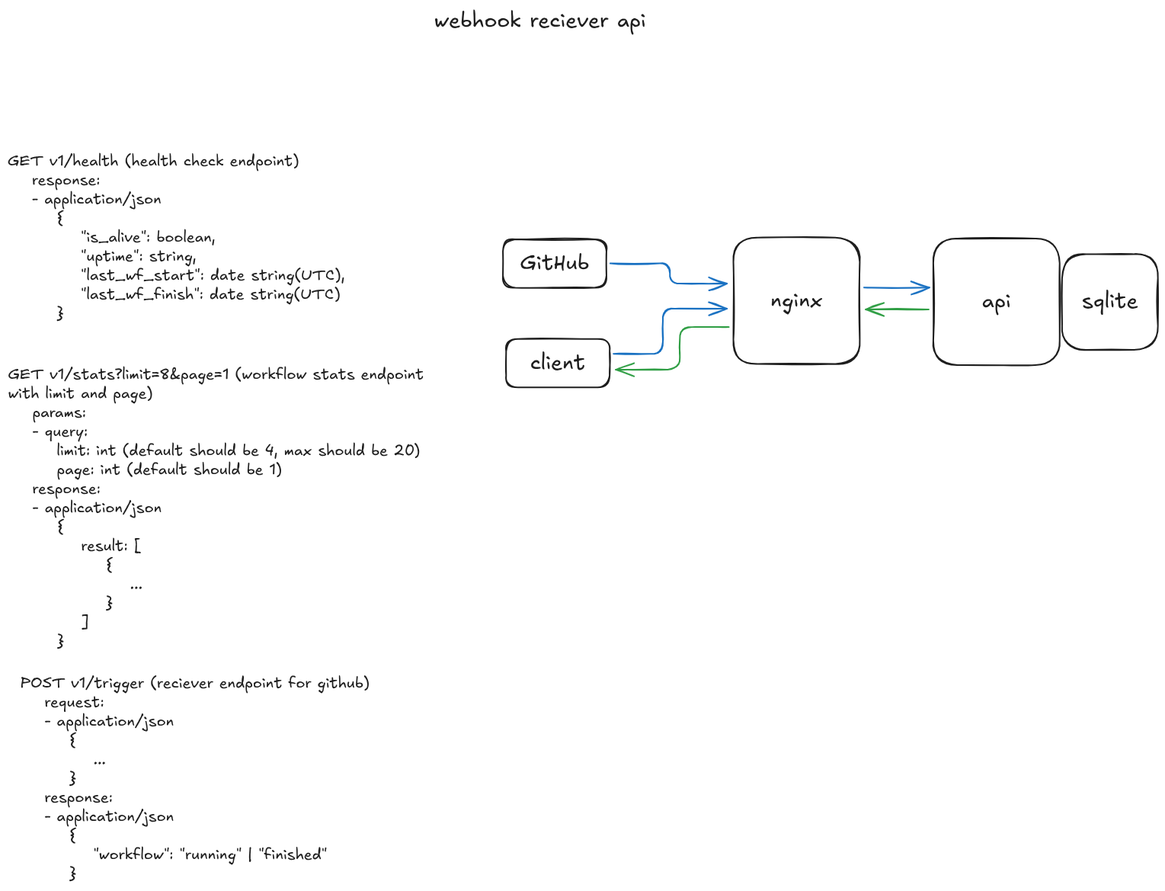
Earlier version of the Excalidraw export docs/api.excalidraw.png (mrtnstl/bash-ci-cd). Source tidied: one line per element, renumbered; positions are measured from the earlier drawing's top-left corner, leaving out a move shared by most shapes. The source it was exported from:
```json
{"id": 0, "type": "text", "text": "GET v1/health (health check endpoint)\n    response:\n    - application/json\n        {\n            \"is_alive\": boolean,\n            \"uptime\": string,\n            \"last_wf_start\": date string(UTC),\n            \"last_wf_finish\": date string(UTC)\n        }\n", "strokeColor": "#1e1e1e", "strokeWidth": 2, "roughness": 1, "fontSize": 20, "fontFamily": 5, "x": 0, "y": 190, "width": 503, "height": 250}
{"id": 1, "type": "text", "text": "POST v1/trigger (reciever endpoint for github)\n    request:\n    - application/json\n        {\n            ...\n        }\n    response:\n    - application/json\n        {\n            \"workflow\": \"running\" | \"finished\"\n        }", "strokeColor": "#1e1e1e", "strokeWidth": 2, "roughness": 1, "fontSize": 20, "fontFamily": 5, "x": 16, "y": 874, "width": 459, "height": 275}
{"id": 2, "type": "text", "text": "GET v1/stats?limit=8&page=1 (workflow stats endpoint\nwith limit and page)\n    params:\n    - query:\n        limit: int (default should be 4, max should be 20)\n        page: int (default should be 1)\n    response:\n    - application/json\n        {\n            result: [\n                {\n                    ...\n                }\n            ]\n        }", "strokeColor": "#1e1e1e", "strokeWidth": 2, "roughness": 1, "fontSize": 20, "fontFamily": 5, "x": 0, "y": 469, "width": 570, "height": 375}
{"id": 3, "type": "text", "text": "webhook reciever api", "strokeColor": "#1e1e1e", "strokeWidth": 2, "roughness": 1, "fontSize": 28, "fontFamily": 5, "x": 560, "y": 0, "width": 278, "height": 35}
{"id": 4, "type": "rectangle", "strokeColor": "#1e1e1e", "strokeWidth": 2, "roughness": 1, "round": true, "x": 1215, "y": 303, "width": 166, "height": 166}
{"id": 5, "type": "text", "text": "api", "strokeColor": "#1e1e1e", "strokeWidth": 2, "roughness": 1, "fontSize": 28, "fontFamily": 5, "textAlign": "center", "verticalAlign": "middle", "inside": 4, "x": 1279, "y": 369, "width": 38, "height": 35}
{"id": 6, "type": "rectangle", "strokeColor": "#1e1e1e", "strokeWidth": 2, "roughness": 1, "round": true, "x": 953, "y": 302, "width": 166, "height": 166}
{"id": 7, "type": "text", "text": "nginx", "strokeColor": "#1e1e1e", "strokeWidth": 2, "roughness": 1, "fontSize": 28, "fontFamily": 5, "textAlign": "center", "verticalAlign": "middle", "inside": 6, "x": 1001, "y": 367, "width": 68, "height": 35}
{"id": 8, "type": "rectangle", "strokeColor": "#1e1e1e", "strokeWidth": 2, "roughness": 1, "round": true, "x": 654, "y": 435, "width": 136, "height": 63}
{"id": 9, "type": "text", "text": "client", "strokeColor": "#1e1e1e", "strokeWidth": 2, "roughness": 1, "fontSize": 28, "fontFamily": 5, "textAlign": "center", "verticalAlign": "middle", "inside": 8, "x": 686, "y": 449, "width": 72, "height": 35}
{"id": 10, "type": "rectangle", "strokeColor": "#1e1e1e", "strokeWidth": 2, "roughness": 1, "round": true, "x": 650, "y": 304, "width": 136, "height": 63}
{"id": 11, "type": "text", "text": "GitHub", "strokeColor": "#1e1e1e", "strokeWidth": 2, "roughness": 1, "fontSize": 28, "fontFamily": 5, "textAlign": "center", "verticalAlign": "middle", "inside": 10, "x": 672, "y": 318, "width": 91, "height": 35}
{"id": 12, "type": "rectangle", "strokeColor": "#1e1e1e", "strokeWidth": 2, "roughness": 1, "round": true, "x": 1384, "y": 323, "width": 126, "height": 126}
{"id": 13, "type": "text", "text": "sqlite", "strokeColor": "#1e1e1e", "strokeWidth": 2, "roughness": 1, "fontSize": 28, "fontFamily": 5, "textAlign": "center", "verticalAlign": "middle", "inside": 12, "x": 1410, "y": 369, "width": 74, "height": 35}
{"id": 14, "type": "arrow", "strokeColor": "#1971c2", "strokeWidth": 2, "roughness": 1, "endArrowhead": "arrow", "from": 10, "to": 6, "x": 791, "y": 336, "width": 153, "height": 26, "points": [[0, 0], [78, 0], [78, 26], [153, 26]]}
{"id": 15, "type": "arrow", "strokeColor": "#1971c2", "strokeWidth": 2, "roughness": 1, "endArrowhead": "arrow", "from": 8, "to": 6, "x": 795, "y": 454, "width": 149, "height": 59, "points": [[0, 0], [65, 0], [65, -59], [149, -59]]}
{"id": 16, "type": "arrow", "strokeColor": "#1971c2", "strokeWidth": 2, "roughness": 1, "endArrowhead": "arrow", "from": 6, "to": 4, "x": 1124, "y": 367, "width": 85, "height": 0, "points": [[0, 0], [85, 0]]}
{"id": 17, "type": "arrow", "strokeColor": "#2f9e44", "strokeWidth": 2, "roughness": 1, "endArrowhead": "arrow", "from": 4, "to": 6, "x": 1209, "y": 396, "width": 82, "height": 0, "points": [[0, 0], [-82, 0]]}
{"id": 18, "type": "arrow", "strokeColor": "#2f9e44", "strokeWidth": 2, "roughness": 1, "endArrowhead": "arrow", "from": 6, "to": 8, "x": 946, "y": 419, "width": 148, "height": 56, "points": [[0, 0], [-64, 0], [-64, 56], [-148, 56]]}
```
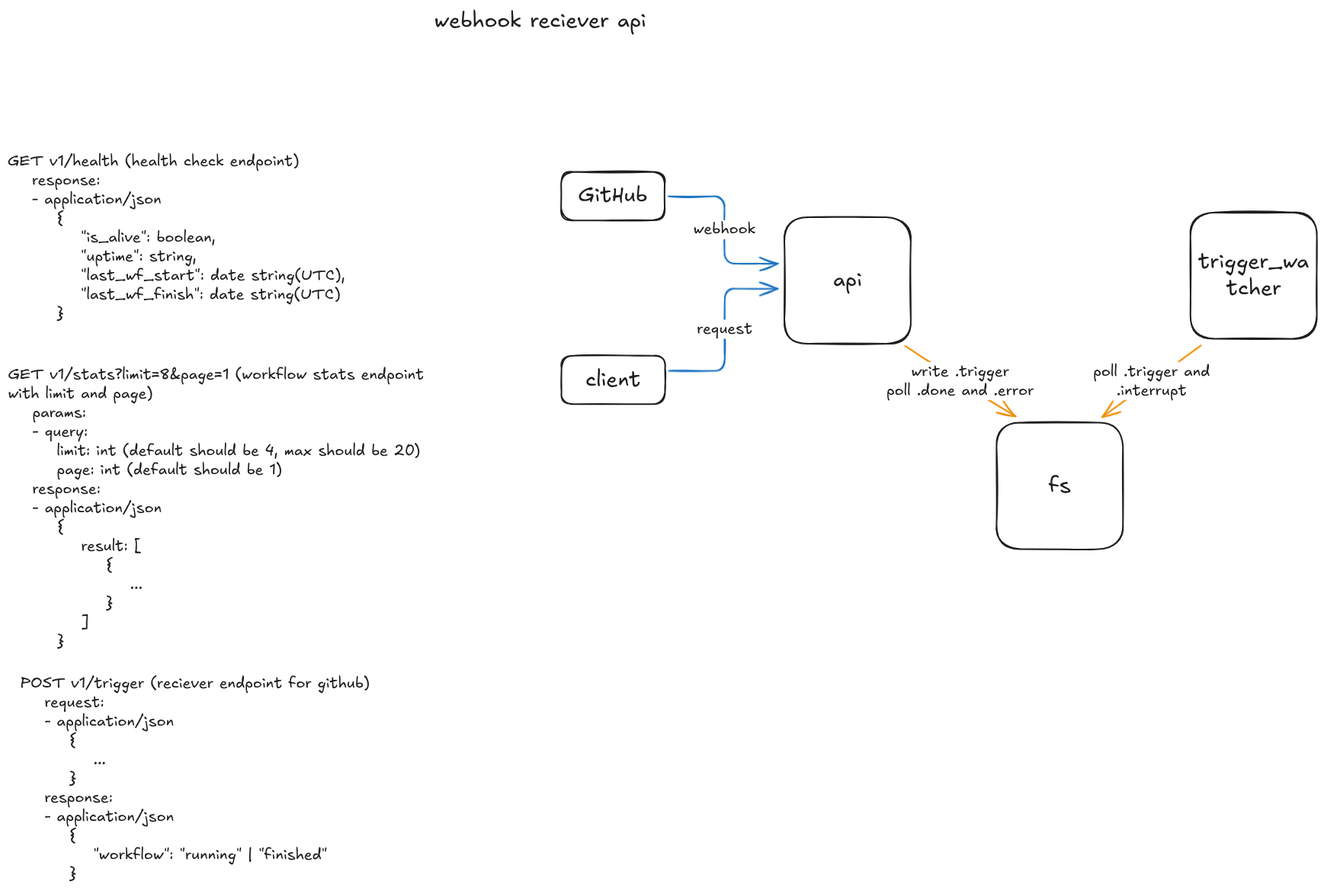
After the commit.

Change to the diagram source:
```diff
@@ -2,18 +2,21 @@
 {"id": 1, "type": "text", "text": "POST v1/trigger (reciever endpoint for github)\n    request:\n    - application/json\n        {\n            ...\n        }\n    response:\n    - application/json\n        {\n            \"workflow\": \"running\" | \"finished\"\n        }", "strokeColor": "#1e1e1e", "strokeWidth": 2, "roughness": 1, "fontSize": 20, "fontFamily": 5, "x": 16, "y": 874, "width": 459, "height": 275}
 {"id": 2, "type": "text", "text": "GET v1/stats?limit=8&page=1 (workflow stats endpoint\nwith limit and page)\n    params:\n    - query:\n        limit: int (default should be 4, max should be 20)\n        page: int (default should be 1)\n    response:\n    - application/json\n        {\n            result: [\n                {\n                    ...\n                }\n            ]\n        }", "strokeColor": "#1e1e1e", "strokeWidth": 2, "roughness": 1, "fontSize": 20, "fontFamily": 5, "x": 0, "y": 469, "width": 570, "height": 375}
 {"id": 3, "type": "text", "text": "webhook reciever api", "strokeColor": "#1e1e1e", "strokeWidth": 2, "roughness": 1, "fontSize": 28, "fontFamily": 5, "x": 560, "y": 0, "width": 278, "height": 35}
-{"id": 4, "type": "rectangle", "strokeColor": "#1e1e1e", "strokeWidth": 2, "roughness": 1, "round": true, "x": 1215, "y": 303, "width": 166, "height": 166}
+{"id": 4, "type": "rectangle", "strokeColor": "#1e1e1e", "strokeWidth": 2, "roughness": 1, "round": true, "x": 1297, "y": 545, "width": 166, "height": 166}
-{"id": 5, "type": "text", "text": "api", "strokeColor": "#1e1e1e", "strokeWidth": 2, "roughness": 1, "fontSize": 28, "fontFamily": 5, "textAlign": "center", "verticalAlign": "middle", "inside": 4, "x": 1279, "y": 369, "width": 38, "height": 35}
+{"id": 5, "type": "text", "text": "fs", "strokeColor": "#1e1e1e", "strokeWidth": 2, "roughness": 1, "fontSize": 28, "fontFamily": 5, "textAlign": "center", "verticalAlign": "middle", "inside": 4, "x": 1366, "y": 610, "width": 29, "height": 35}
-{"id": 6, "type": "rectangle", "strokeColor": "#1e1e1e", "strokeWidth": 2, "roughness": 1, "round": true, "x": 953, "y": 302, "width": 166, "height": 166}
+{"id": 6, "type": "rectangle", "strokeColor": "#1e1e1e", "strokeWidth": 2, "roughness": 1, "round": true, "x": 1019, "y": 275, "width": 166, "height": 166}
-{"id": 7, "type": "text", "text": "nginx", "strokeColor": "#1e1e1e", "strokeWidth": 2, "roughness": 1, "fontSize": 28, "fontFamily": 5, "textAlign": "center", "verticalAlign": "middle", "inside": 6, "x": 1001, "y": 367, "width": 68, "height": 35}
+{"id": 7, "type": "text", "text": "api", "strokeColor": "#1e1e1e", "strokeWidth": 2, "roughness": 1, "fontSize": 28, "fontFamily": 5, "textAlign": "center", "verticalAlign": "middle", "inside": 6, "x": 1083, "y": 341, "width": 38, "height": 35}
-{"id": 8, "type": "rectangle", "strokeColor": "#1e1e1e", "strokeWidth": 2, "roughness": 1, "round": true, "x": 654, "y": 435, "width": 136, "height": 63}
+{"id": 8, "type": "rectangle", "strokeColor": "#1e1e1e", "strokeWidth": 2, "roughness": 1, "round": true, "x": 727, "y": 457, "width": 136, "height": 63}
-{"id": 9, "type": "text", "text": "client", "strokeColor": "#1e1e1e", "strokeWidth": 2, "roughness": 1, "fontSize": 28, "fontFamily": 5, "textAlign": "center", "verticalAlign": "middle", "inside": 8, "x": 686, "y": 449, "width": 72, "height": 35}
+{"id": 9, "type": "text", "text": "client", "strokeColor": "#1e1e1e", "strokeWidth": 2, "roughness": 1, "fontSize": 28, "fontFamily": 5, "textAlign": "center", "verticalAlign": "middle", "inside": 8, "x": 758, "y": 471, "width": 72, "height": 35}
-{"id": 10, "type": "rectangle", "strokeColor": "#1e1e1e", "strokeWidth": 2, "roughness": 1, "round": true, "x": 650, "y": 304, "width": 136, "height": 63}
+{"id": 10, "type": "rectangle", "strokeColor": "#1e1e1e", "strokeWidth": 2, "roughness": 1, "round": true, "x": 726, "y": 216, "width": 136, "height": 63}
-{"id": 11, "type": "text", "text": "GitHub", "strokeColor": "#1e1e1e", "strokeWidth": 2, "roughness": 1, "fontSize": 28, "fontFamily": 5, "textAlign": "center", "verticalAlign": "middle", "inside": 10, "x": 672, "y": 318, "width": 91, "height": 35}
+{"id": 11, "type": "text", "text": "GitHub", "strokeColor": "#1e1e1e", "strokeWidth": 2, "roughness": 1, "fontSize": 28, "fontFamily": 5, "textAlign": "center", "verticalAlign": "middle", "inside": 10, "x": 749, "y": 230, "width": 91, "height": 35}
-{"id": 12, "type": "rectangle", "strokeColor": "#1e1e1e", "strokeWidth": 2, "roughness": 1, "round": true, "x": 1384, "y": 323, "width": 126, "height": 126}
-{"id": 13, "type": "text", "text": "sqlite", "strokeColor": "#1e1e1e", "strokeWidth": 2, "roughness": 1, "fontSize": 28, "fontFamily": 5, "textAlign": "center", "verticalAlign": "middle", "inside": 12, "x": 1410, "y": 369, "width": 74, "height": 35}
-{"id": 14, "type": "arrow", "strokeColor": "#1971c2", "strokeWidth": 2, "roughness": 1, "endArrowhead": "arrow", "from": 10, "to": 6, "x": 791, "y": 336, "width": 153, "height": 26, "points": [[0, 0], [78, 0], [78, 26], [153, 26]]}
+{"id": 14, "type": "arrow", "strokeColor": "#1971c2", "strokeWidth": 2, "roughness": 1, "endArrowhead": "arrow", "from": 10, "to": 6, "x": 867, "y": 247, "width": 143, "height": 88, "points": [[0, 0], [73, 0], [73, 88], [143, 88]]}
+{"id": 19, "type": "text", "text": "webhook", "strokeColor": "#1e1e1e", "strokeWidth": 2, "roughness": 1, "fontSize": 20, "fontFamily": 5, "textAlign": "center", "verticalAlign": "middle", "inside": 14, "x": 895, "y": 310, "width": 82, "height": 25}
-{"id": 15, "type": "arrow", "strokeColor": "#1971c2", "strokeWidth": 2, "roughness": 1, "endArrowhead": "arrow", "from": 8, "to": 6, "x": 795, "y": 454, "width": 149, "height": 59, "points": [[0, 0], [65, 0], [65, -59], [149, -59]]}
+{"id": 15, "type": "arrow", "strokeColor": "#1971c2", "strokeWidth": 2, "roughness": 1, "endArrowhead": "arrow", "from": 8, "to": 6, "x": 868, "y": 476, "width": 143, "height": 108, "points": [[0, 0], [73, 0], [73, -108], [143, -108]]}
-{"id": 16, "type": "arrow", "strokeColor": "#1971c2", "strokeWidth": 2, "roughness": 1, "endArrowhead": "arrow", "from": 6, "to": 4, "x": 1124, "y": 367, "width": 85, "height": 0, "points": [[0, 0], [85, 0]]}
-{"id": 17, "type": "arrow", "strokeColor": "#2f9e44", "strokeWidth": 2, "roughness": 1, "endArrowhead": "arrow", "from": 4, "to": 6, "x": 1209, "y": 396, "width": 82, "height": 0, "points": [[0, 0], [-82, 0]]}
-{"id": 18, "type": "arrow", "strokeColor": "#2f9e44", "strokeWidth": 2, "roughness": 1, "endArrowhead": "arrow", "from": 6, "to": 8, "x": 946, "y": 419, "width": 148, "height": 56, "points": [[0, 0], [-64, 0], [-64, 56], [-148, 56]]}
+{"id": 20, "type": "text", "text": "request", "strokeColor": "#1e1e1e", "strokeWidth": 2, "roughness": 1, "fontSize": 20, "fontFamily": 5, "textAlign": "center", "verticalAlign": "middle", "inside": 15, "x": 904, "y": 410, "width": 73, "height": 25}
+{"id": 21, "type": "rectangle", "strokeColor": "#1e1e1e", "strokeWidth": 2, "roughness": 1, "round": true, "x": 1552, "y": 269, "width": 166, "height": 166}
+{"id": 22, "type": "text", "text": "trigger_wa\ntcher", "strokeColor": "#1e1e1e", "strokeWidth": 2, "roughness": 1, "fontSize": 28, "fontFamily": 5, "textAlign": "center", "verticalAlign": "middle", "inside": 21, "x": 1562, "y": 317, "width": 146, "height": 70}
+{"id": 23, "type": "arrow", "strokeColor": "#f08c00", "strokeWidth": 2, "roughness": 1, "endArrowhead": "arrow", "from": 6, "to": 4, "x": 1177, "y": 444, "width": 145, "height": 92, "points": [[0, 0], [145, 92]]}
+{"id": 24, "type": "text", "text": "write .trigger\npoll .done and .error", "strokeColor": "#1e1e1e", "strokeWidth": 2, "roughness": 1, "fontSize": 20, "fontFamily": 5, "textAlign": "center", "verticalAlign": "middle", "inside": 23, "x": 1102, "y": 471, "width": 194, "height": 50}
+{"id": 25, "type": "arrow", "strokeColor": "#f08c00", "strokeWidth": 2, "roughness": 1, "endArrowhead": "arrow", "from": 21, "to": 4, "x": 1566, "y": 443, "width": 130, "height": 94, "points": [[0, 0], [-130, 94]]}
+{"id": 26, "type": "text", "text": "poll .trigger and\n.interrupt", "strokeColor": "#1e1e1e", "strokeWidth": 2, "roughness": 1, "fontSize": 20, "fontFamily": 5, "textAlign": "center", "verticalAlign": "middle", "inside": 25, "x": 1283, "y": 474, "width": 153, "height": 50}
```
